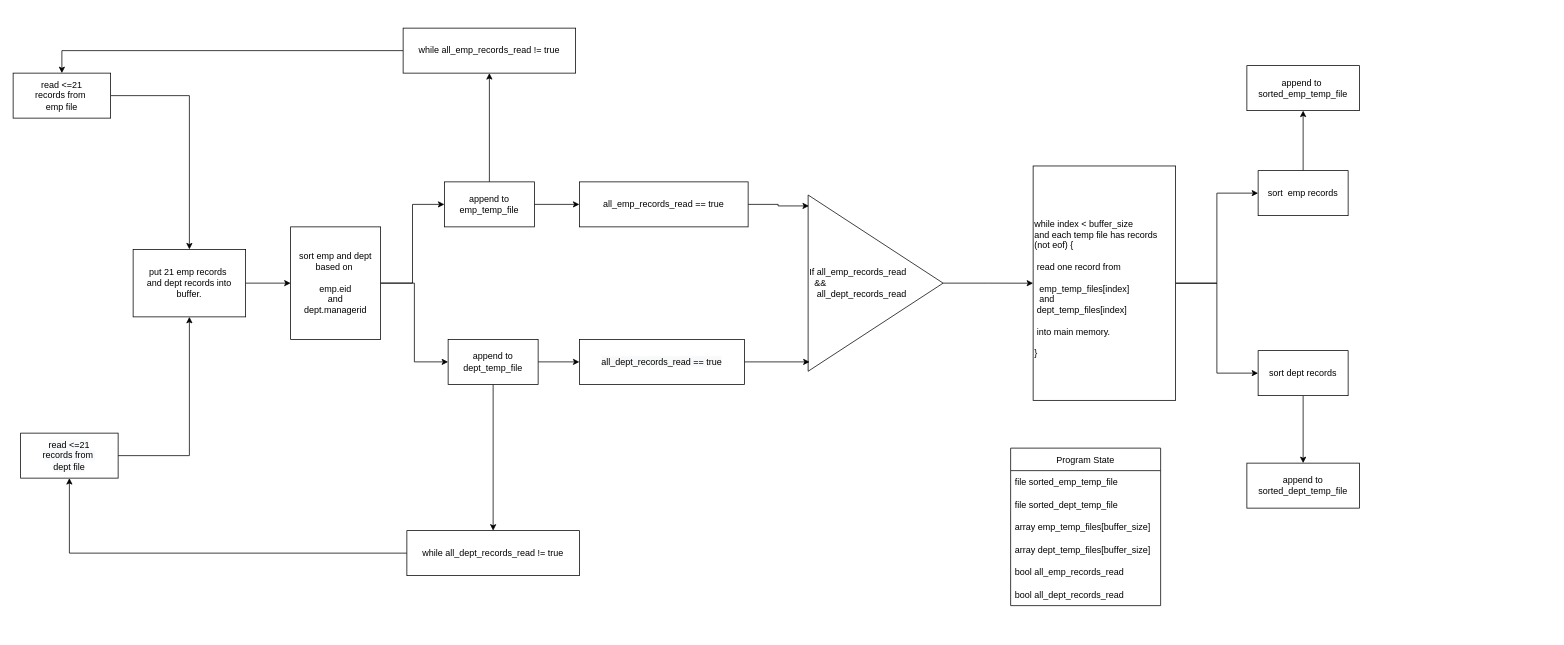
Before: hw5/Untitled Diagram.drawio in endepointe/440, a draw.io diagram. Source tidied: cells renumbered, new cells numbered last; positions are measured from the earlier drawing's top-left corner, leaving out a move shared by most shapes. Both pictures are drawn from the tidied source at 75%, with x=0, y=0 at pixel (13, 28).
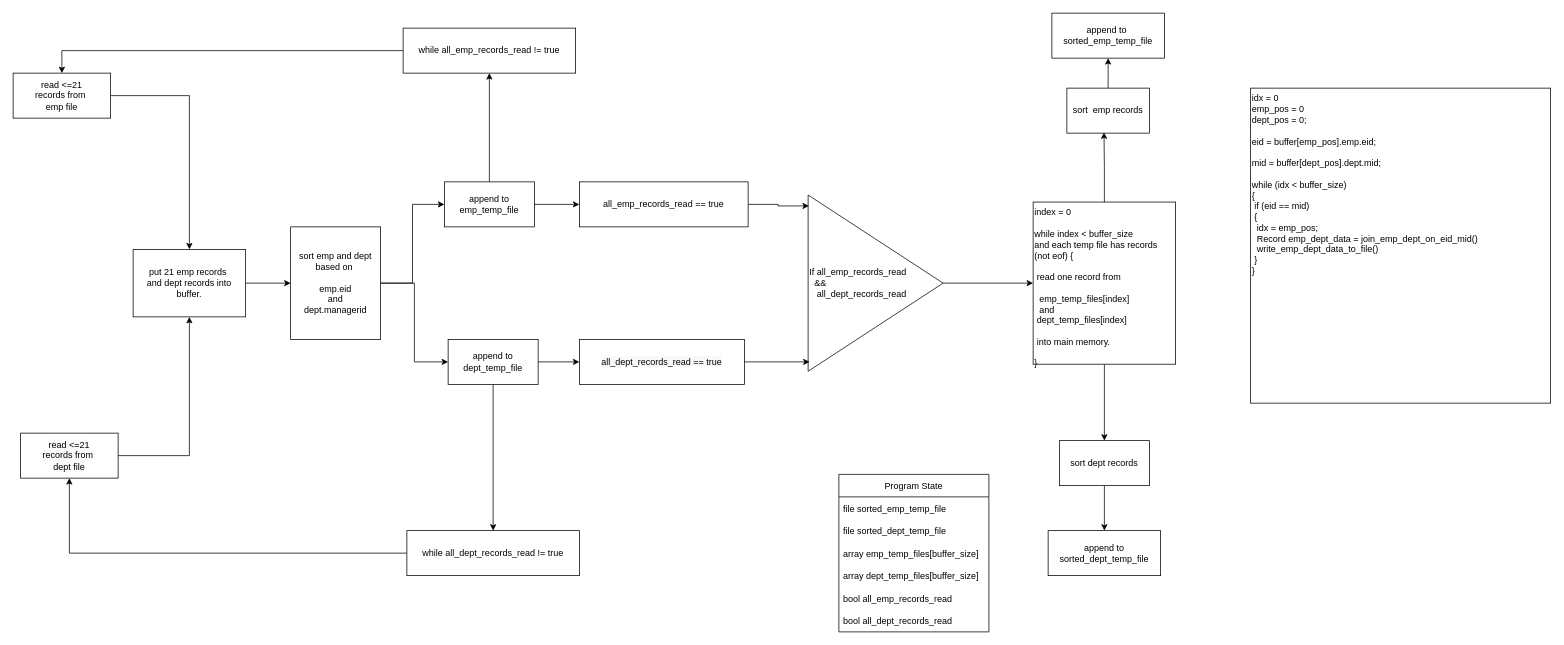
The same page after the edit.

Diff of the diagram source:
```diff
@@
     <mxCell id="15" value="Program State" style="swimlane;fontStyle=0;horizontal=1;startSize=30;" parent="1" vertex="1">
-      <mxGeometry x="1330" y="560" width="200" height="210" as="geometry" />
+      <mxGeometry x="1101" y="595" width="200" height="210" as="geometry" />
     </mxCell>
@@
+    <mxCell id="35" style="edgeStyle=orthogonalEdgeStyle;rounded=0;jettySize=auto;html=1;entryX=0.5;entryY=0;entryDx=0;entryDy=0;" parent="1" edge="1" source="36" target="40">
+      <mxGeometry relative="1" as="geometry" />
+    </mxCell>
-    <mxCell id="34" style="edgeStyle=orthogonalEdgeStyle;rounded=0;jettySize=auto;html=1;" parent="1" edge="1" source="36" target="38">
+    <mxCell id="34" style="edgeStyle=orthogonalEdgeStyle;rounded=0;jettySize=auto;html=1;entryX=0.45;entryY=0.983;entryDx=0;entryDy=0;entryPerimeter=0;" parent="1" edge="1" source="36" target="38">
       <mxGeometry relative="1" as="geometry" />
     </mxCell>
-    <mxCell id="35" style="edgeStyle=orthogonalEdgeStyle;rounded=0;jettySize=auto;html=1;" parent="1" edge="1" source="36" target="40">
-      <mxGeometry relative="1" as="geometry" />
-    </mxCell>
-    <mxCell id="36" value="&lt;br&gt;while index &amp;lt; buffer_size&lt;br&gt;and each temp file has records&lt;br&gt;(not eof) {&lt;br&gt;&lt;br&gt;&lt;span style=&quot;white-space: pre&quot;&gt; &lt;/span&gt;read one record from&lt;br&gt;&lt;br&gt;&amp;nbsp;&lt;span style=&quot;white-space: pre&quot;&gt; &lt;/span&gt;emp_temp_files[index]&lt;br&gt;&lt;span style=&quot;white-space: pre&quot;&gt; &lt;/span&gt;&lt;span style=&quot;white-space: pre&quot;&gt; &lt;/span&gt;and &lt;br&gt;&lt;span style=&quot;white-space: pre&quot;&gt; &lt;/span&gt;dept_temp_files[index] &lt;br&gt;&lt;br&gt;&lt;span style=&quot;white-space: pre&quot;&gt; &lt;/span&gt;into main memory.&lt;br&gt;&lt;br&gt;}" style="whiteSpace=wrap;html=1;align=left;" parent="1" vertex="1">
-      <mxGeometry x="1360" y="183.8" width="190" height="312.5" as="geometry" />
+    <mxCell id="36" value="index = 0&lt;br&gt;&lt;br&gt;while index &amp;lt; buffer_size&lt;br&gt;and each temp file has records&lt;br&gt;(not eof) {&lt;br&gt;&lt;br&gt;&lt;span style=&quot;white-space: pre&quot;&gt; &lt;/span&gt;read one record from&lt;br&gt;&lt;br&gt;&amp;nbsp;&lt;span style=&quot;white-space: pre&quot;&gt; &lt;/span&gt;emp_temp_files[index]&lt;br&gt;&lt;span style=&quot;white-space: pre&quot;&gt; &lt;/span&gt;&lt;span style=&quot;white-space: pre&quot;&gt; &lt;/span&gt;and &lt;br&gt;&lt;span style=&quot;white-space: pre&quot;&gt; &lt;/span&gt;dept_temp_files[index] &lt;br&gt;&lt;br&gt;&lt;span style=&quot;white-space: pre&quot;&gt; &lt;/span&gt;into main memory.&lt;br&gt;&lt;br&gt;}" style="whiteSpace=wrap;html=1;align=left;horizontal=1;verticalAlign=top;" parent="1" vertex="1">
+      <mxGeometry x="1360" y="231.9" width="190" height="216.2" as="geometry" />
     </mxCell>
@@
     <mxCell id="38" value="sort&amp;nbsp; emp records" style="whiteSpace=wrap;html=1;" parent="1" vertex="1">
-      <mxGeometry x="1660" y="190" width="120" height="60" as="geometry" />
+      <mxGeometry x="1405" y="80" width="110" height="60" as="geometry" />
     </mxCell>
@@
     <mxCell id="40" value="sort dept records" style="whiteSpace=wrap;html=1;" parent="1" vertex="1">
-      <mxGeometry x="1660" y="430" width="120" height="60" as="geometry" />
+      <mxGeometry x="1395" y="550" width="120" height="60" as="geometry" />
     </mxCell>
     <mxCell id="41" value="append to sorted_dept_temp_file" style="whiteSpace=wrap;html=1;" parent="1" vertex="1">
-      <mxGeometry x="1645" y="580" width="150" height="60" as="geometry" />
+      <mxGeometry x="1380" y="670" width="150" height="60" as="geometry" />
     </mxCell>
     <mxCell id="42" value="append to&amp;nbsp;&lt;br&gt;sorted_emp_temp_file" style="whiteSpace=wrap;html=1;" parent="1" vertex="1">
-      <mxGeometry x="1645" y="50" width="150" height="60" as="geometry" />
+      <mxGeometry x="1385" y="-20" width="150" height="60" as="geometry" />
     </mxCell>
+    <mxCell id="43" value="idx = 0&lt;br&gt;emp_pos = 0&lt;br&gt;dept_pos = 0;&lt;br&gt;&lt;br&gt;eid = buffer[emp_pos].emp.eid;&lt;br&gt;&lt;br&gt;mid = buffer[dept_pos].dept.mid;&lt;br&gt;&lt;br&gt;while (idx &amp;lt; buffer_size)&amp;nbsp;&lt;br&gt;{&lt;br&gt;&lt;span style=&quot;white-space: pre&quot;&gt; &lt;/span&gt;if (eid == mid)&lt;br&gt;&lt;span style=&quot;white-space: pre&quot;&gt; &lt;/span&gt;{&lt;br&gt;&lt;span style=&quot;white-space: pre&quot;&gt; &lt;/span&gt;&lt;span style=&quot;white-space: pre&quot;&gt; &lt;/span&gt;idx = emp_pos;&lt;br&gt;&lt;span style=&quot;white-space: pre&quot;&gt; &lt;/span&gt;&lt;span style=&quot;white-space: pre&quot;&gt; &lt;/span&gt;Record emp_dept_data = join_emp_dept_on_eid_mid()&lt;br&gt;&lt;span style=&quot;white-space: pre&quot;&gt; &lt;/span&gt;&lt;span style=&quot;white-space: pre&quot;&gt; &lt;/span&gt;write_emp_dept_data_to_file()&lt;br&gt;&lt;span style=&quot;white-space: pre&quot;&gt; &lt;/span&gt;}&lt;br&gt;}" style="rounded=0;whiteSpace=wrap;html=1;fontFamily=Helvetica;fontSize=12;fontColor=default;strokeColor=default;fillColor=default;textDirection=ltr;verticalAlign=top;align=left;" parent="1" vertex="1">
+      <mxGeometry x="1650" y="80" width="400" height="420" as="geometry" />
+    </mxCell>
```
